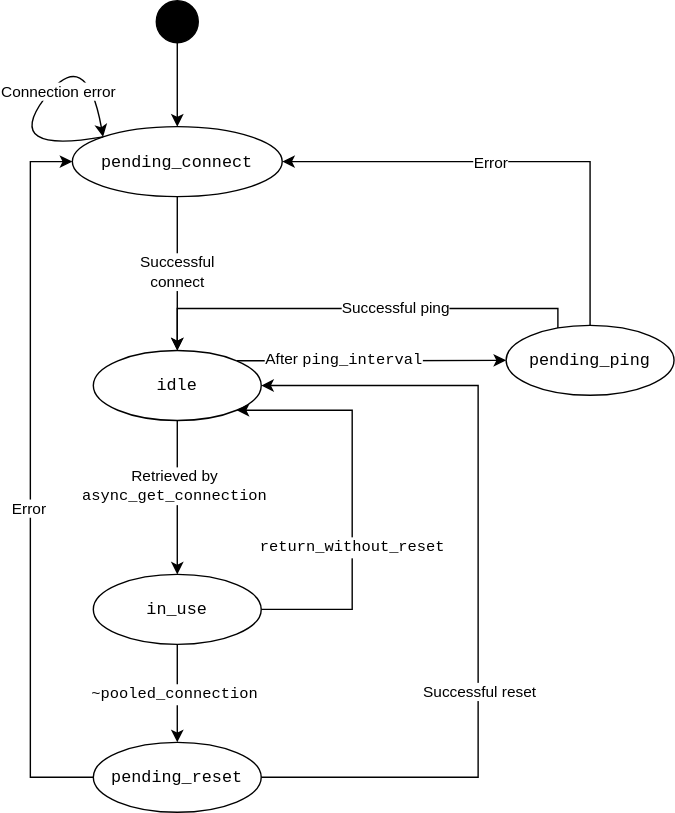
Before: doc/images/pooled_connection_lifecycle.svg, a diagram exported from draw.io (boostorg/mysql). Source tidied: cells renumbered, new cells last; positions are measured from the earlier drawing's top-left corner, leaving out a move shared by most shapes.
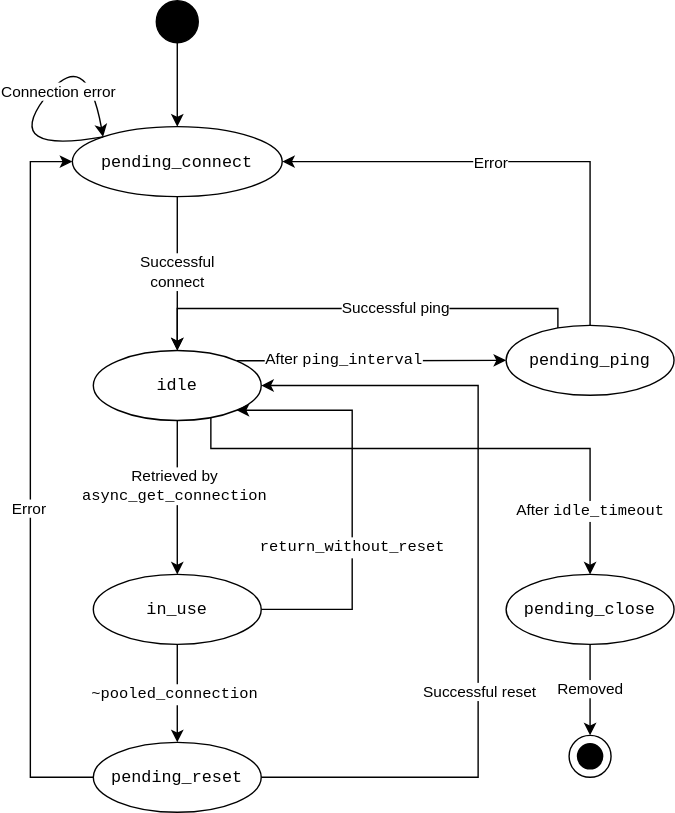
After the commit.

Diff of the diagram source:
```diff
@@ -112,5 +112,28 @@
     <mxCell id="28" value="&lt;font face=&quot;Courier New&quot;&gt;pending_ping&lt;/font&gt;" style="ellipse;whiteSpace=wrap;html=1;" parent="1" vertex="1">
       <mxGeometry x="360" y="232" width="120" height="50" as="geometry" />
     </mxCell>
+    <mxCell id="29" value="&lt;font face=&quot;Courier New&quot;&gt;pending_close&lt;/font&gt;" style="ellipse;whiteSpace=wrap;html=1;" parent="1" vertex="1">
+      <mxGeometry x="360" y="410" width="120" height="50" as="geometry" />
+    </mxCell>
+    <mxCell id="30" style="ellipse;html=1;shape=endState;fillColor=#000000;strokeColor=#000000;" parent="1" vertex="1">
+      <mxGeometry x="405" y="525" width="30" height="30" as="geometry" />
+    </mxCell>
+    <mxCell id="31" style="edgeStyle=orthogonalEdgeStyle;rounded=0;jettySize=auto;html=1;exitX=0.7;exitY=0.96;exitDx=0;exitDy=0;entryX=0.5;entryY=0;entryDx=0;entryDy=0;" parent="1" edge="1" source="11" target="29">
+      <mxGeometry relative="1" as="geometry">
+        <Array as="points">
+          <mxPoint x="149" y="320" />
+          <mxPoint x="420" y="320" />
+        </Array>
+      </mxGeometry>
+    </mxCell>
+    <mxCell id="32" value="After &lt;font face=&quot;Courier New&quot;&gt;idle_timeout&lt;/font&gt;" style="edgeLabel;html=1;align=center;verticalAlign=middle;" parent="31" vertex="1">
+      <mxGeometry x="0.75" relative="1" as="geometry" />
+    </mxCell>
+    <mxCell id="33" style="edgeStyle=orthogonalEdgeStyle;rounded=0;jettySize=auto;html=1;exitX=0.5;exitY=1;exitDx=0;exitDy=0;entryX=0.5;entryY=0;entryDx=0;entryDy=0;" parent="1" edge="1" source="29" target="30">
+      <mxGeometry relative="1" as="geometry" />
+    </mxCell>
+    <mxCell id="34" value="Removed" style="edgeLabel;html=1;align=center;verticalAlign=middle;" parent="33" vertex="1">
+      <mxGeometry relative="1" as="geometry" />
+    </mxCell>
   </root>
 </mxGraphModel>
```
